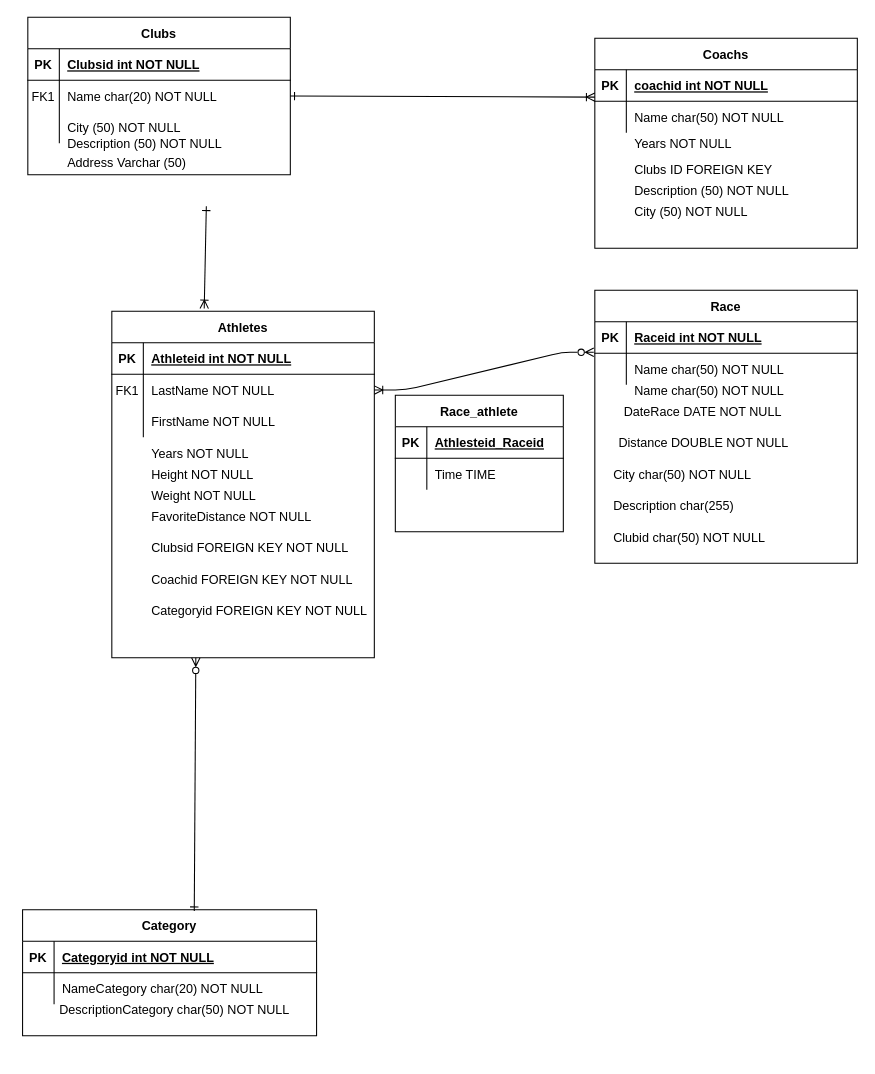
Before: ModeleBDD_apitrain.drawio in MaximeRenard/apitrain, a draw.io diagram. Source tidied: cells renumbered, new cells numbered last; positions are measured from the earlier drawing's top-left corner, leaving out a move shared by most shapes. Both pictures are drawn from the tidied source at 105%, with x=0, y=0 at pixel (17, 17).
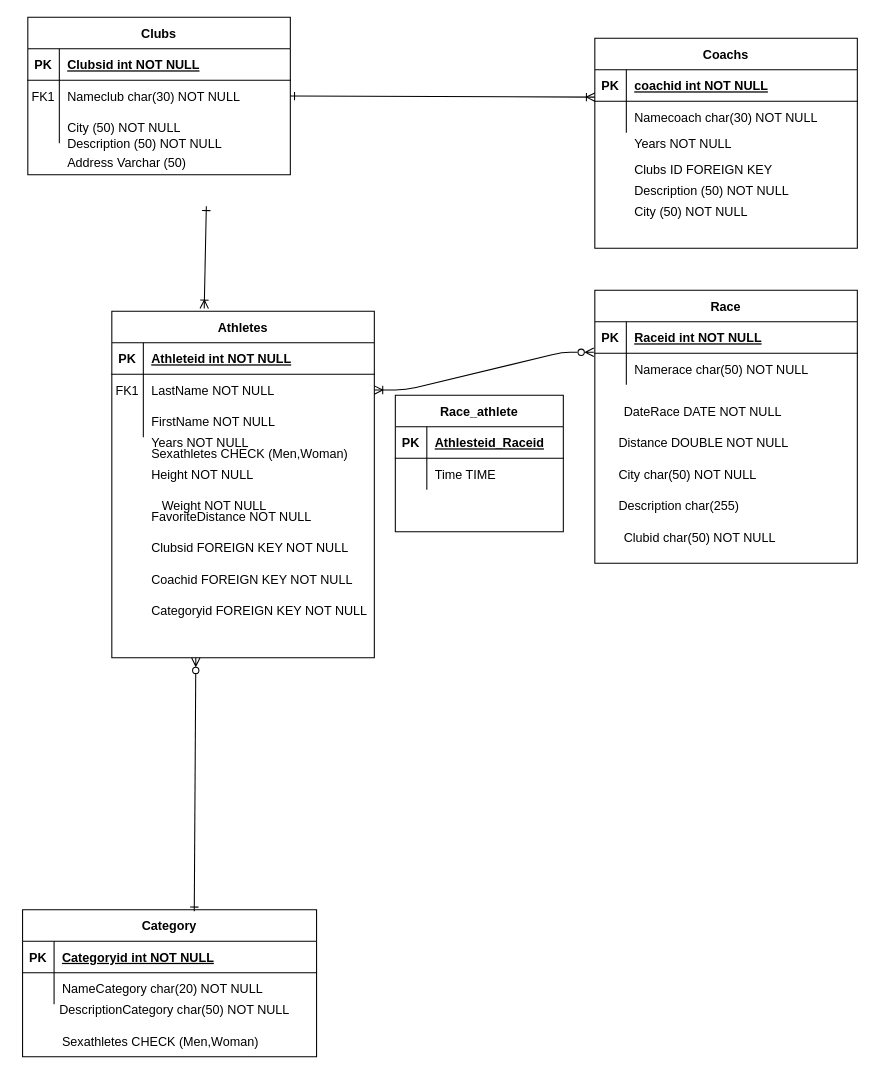
Above is the later version.

The change refers to these unchanged cells:
```xml
<mxCell id="17" style="shape=partialRectangle;fillColor=none;points=[[0,0.5],[1,0.5]];portConstraint=eastwest;top=0;left=0;right=0;bottom=0;" parent="13" vertex="1">
  <mxGeometry y="60" width="250" height="30" as="geometry" />
</mxCell>
<mxCell id="25" style="shape=partialRectangle;fillColor=none;top=0;left=0;right=0;bottom=0;" parent="21" vertex="1">
  <mxGeometry y="60" width="250" height="30" as="geometry" />
</mxCell>
<mxCell id="63" style="shape=partialRectangle;fillColor=none;points=[[0,0.5],[1,0.5]];portConstraint=eastwest;top=0;left=0;right=0;bottom=0;" parent="59" vertex="1">
  <mxGeometry y="60" width="250" height="30" as="geometry" />
</mxCell>
```

Diff of the diagram source:
```diff
@@
-    <mxCell id="19" value="Name char(50) NOT NULL" style="shape=partialRectangle;overflow=hidden;fillColor=none;top=0;left=0;bottom=0;right=0;align=left;spacingLeft=6;" parent="17" vertex="1">
+    <mxCell id="19" value="Namecoach char(30) NOT NULL" style="shape=partialRectangle;overflow=hidden;fillColor=none;top=0;left=0;bottom=0;right=0;align=left;spacingLeft=6;" parent="17" vertex="1">
       <mxGeometry x="30" width="220" height="30" as="geometry" />
     </mxCell>
@@
-    <mxCell id="27" value="Name char(50) NOT NULL" style="shape=partialRectangle;overflow=hidden;fillColor=none;top=0;left=0;bottom=0;right=0;align=left;spacingLeft=6;" parent="25" vertex="1">
+    <mxCell id="27" value="Namerace char(50) NOT NULL" style="shape=partialRectangle;overflow=hidden;fillColor=none;top=0;left=0;bottom=0;right=0;align=left;spacingLeft=6;" parent="25" vertex="1">
       <mxGeometry x="30" width="220" height="30" as="geometry" />
     </mxCell>
@@
     <mxCell id="29" value="Category" style="shape=table;startSize=30;childLayout=tableLayout;rowLines=0;fontStyle=1;align=center;" parent="1" vertex="1">
-      <mxGeometry x="5" y="850" width="280" height="120" as="geometry" />
+      <mxGeometry x="5" y="850" width="280" height="140" as="geometry" />
     </mxCell>
@@
     <mxCell id="48" value="Years NOT NULL" style="shape=partialRectangle;overflow=hidden;fillColor=none;top=0;left=0;bottom=0;right=0;align=left;spacingLeft=6;" parent="1" vertex="1">
-      <mxGeometry x="120" y="400" width="220" height="30" as="geometry" />
+      <mxGeometry x="120" y="390" width="220" height="30" as="geometry" />
     </mxCell>
@@
     <mxCell id="50" value="Weight NOT NULL" style="shape=partialRectangle;overflow=hidden;fillColor=none;top=0;left=0;bottom=0;right=0;align=left;spacingLeft=6;" parent="1" vertex="1">
-      <mxGeometry x="120" y="440" width="220" height="30" as="geometry" />
+      <mxGeometry x="130" y="450" width="220" height="30" as="geometry" />
     </mxCell>
@@
-    <mxCell id="65" value="Name char(20) NOT NULL" style="shape=partialRectangle;overflow=hidden;fillColor=none;top=0;left=0;bottom=0;right=0;align=left;spacingLeft=6;" parent="63" vertex="1">
+    <mxCell id="65" value="Nameclub char(30) NOT NULL" style="shape=partialRectangle;overflow=hidden;fillColor=none;top=0;left=0;bottom=0;right=0;align=left;spacingLeft=6;" parent="63" vertex="1">
       <mxGeometry x="30" width="220" height="30" as="geometry" />
     </mxCell>
@@
-    <mxCell id="72" value="Name char(50) NOT NULL" style="shape=partialRectangle;overflow=hidden;fillColor=none;top=0;left=0;bottom=0;right=0;align=left;spacingLeft=6;" parent="1" vertex="1">
-      <mxGeometry x="580" y="340" width="220" height="30" as="geometry" />
-    </mxCell>
@@
     <mxCell id="75" value="City char(50) NOT NULL" style="shape=partialRectangle;overflow=hidden;fillColor=none;top=0;left=0;bottom=0;right=0;align=left;spacingLeft=6;" parent="1" vertex="1">
-      <mxGeometry x="560" y="420" width="220" height="30" as="geometry" />
+      <mxGeometry x="565" y="420" width="220" height="30" as="geometry" />
     </mxCell>
     <mxCell id="76" value="Description char(255)" style="shape=partialRectangle;overflow=hidden;fillColor=none;top=0;left=0;bottom=0;right=0;align=left;spacingLeft=6;" parent="1" vertex="1">
-      <mxGeometry x="560" y="450" width="220" height="30" as="geometry" />
+      <mxGeometry x="565" y="450" width="220" height="30" as="geometry" />
     </mxCell>
     <mxCell id="77" value="Clubid char(50) NOT NULL" style="shape=partialRectangle;overflow=hidden;fillColor=none;top=0;left=0;bottom=0;right=0;align=left;spacingLeft=6;" parent="1" vertex="1">
-      <mxGeometry x="560" y="480" width="220" height="30" as="geometry" />
+      <mxGeometry x="570" y="480" width="220" height="30" as="geometry" />
     </mxCell>
+    <mxCell id="78" value="Sexathletes CHECK (Men,Woman)" style="shape=partialRectangle;overflow=hidden;fillColor=none;top=0;left=0;bottom=0;right=0;align=left;spacingLeft=6;" parent="1" vertex="1">
+      <mxGeometry x="120" y="400" width="220" height="30" as="geometry" />
+    </mxCell>
+    <mxCell id="79" value="Sexathletes CHECK (Men,Woman)" style="shape=partialRectangle;overflow=hidden;fillColor=none;top=0;left=0;bottom=0;right=0;align=left;spacingLeft=6;" parent="1" vertex="1">
+      <mxGeometry x="35" y="960" width="220" height="30" as="geometry" />
+    </mxCell>
```
